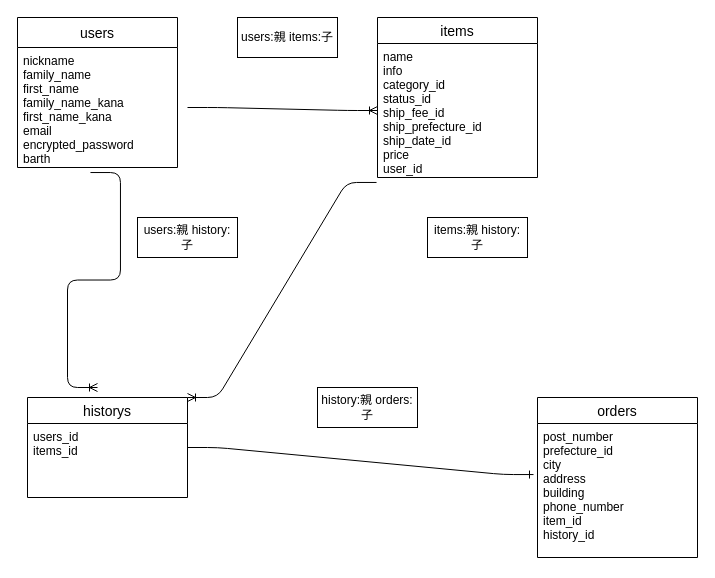
Earlier version of the draw.io diagram test.dio (KamiyamaShun/furima-33941). Source tidied: cells renumbered, new cells numbered last; positions are measured from the earlier drawing's top-left corner, leaving out a move shared by most shapes. Both pictures are drawn from the tidied source at 100%, with x=0, y=0 at pixel (17, 17).
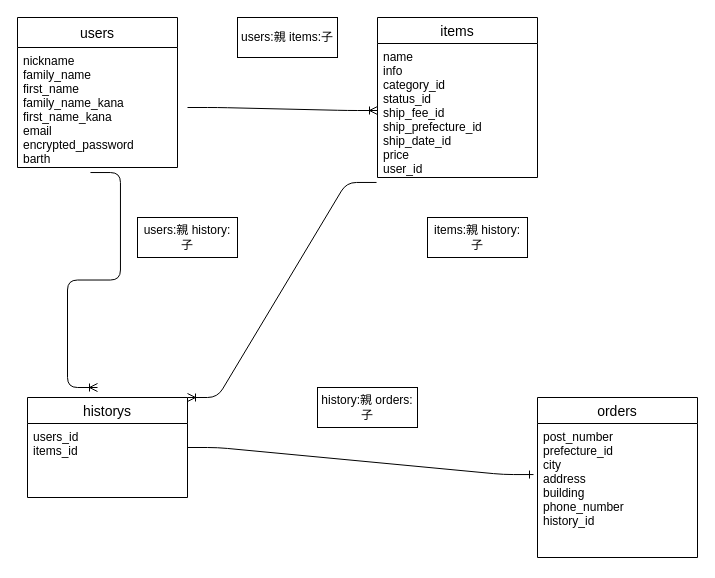
The same page after the edit.

Diff of the diagram source:
```diff
@@
 <mxGraphModel>
   <root>
     <mxCell id="0" />
     <mxCell id="1" parent="0" />
     <mxCell id="2" value="users" style="swimlane;fontStyle=0;horizontal=1;startSize=30;align=center;fontSize=14;" parent="1" vertex="1">
       <mxGeometry width="160" height="150" as="geometry" />
     </mxCell>
     <mxCell id="3" value="items" style="swimlane;fontStyle=0;horizontal=1;startSize=26;align=center;fontSize=14;" parent="1" vertex="1">
       <mxGeometry x="360" width="160" height="160" as="geometry" />
     </mxCell>
     <mxCell id="4" value="name&#10;info&#10;category_id&#10;status_id&#10;ship_fee_id&#10;ship_prefecture_id&#10;ship_date_id&#10;price&#10;user_id" style="text;strokeColor=none;fillColor=none;spacingLeft=4;spacingRight=4;overflow=hidden;points=[[0,0.5],[1,0.5]];portConstraint=eastwest;fontSize=12;" parent="3" vertex="1">
       <mxGeometry y="26" width="160" height="134" as="geometry" />
     </mxCell>
     <mxCell id="5" value="orders" style="swimlane;fontStyle=0;horizontal=1;startSize=26;align=center;fontSize=14;" parent="1" vertex="1">
       <mxGeometry x="520" y="380" width="160" height="160" as="geometry" />
     </mxCell>
-    <mxCell id="6" value="post_number&#10;prefecture_id&#10;city&#10;address&#10;building&#10;phone_number&#10;item_id&#10;history_id" style="text;strokeColor=none;fillColor=none;spacingLeft=4;spacingRight=4;overflow=hidden;points=[[0,0.5],[1,0.5]];portConstraint=eastwest;fontSize=12;" parent="5" vertex="1">
+    <mxCell id="6" value="post_number&#10;prefecture_id&#10;city&#10;address&#10;building&#10;phone_number&#10;history_id" style="text;strokeColor=none;fillColor=none;spacingLeft=4;spacingRight=4;overflow=hidden;points=[[0,0.5],[1,0.5]];portConstraint=eastwest;fontSize=12;" parent="5" vertex="1">
       <mxGeometry y="26" width="160" height="134" as="geometry" />
     </mxCell>
     <mxCell id="7" value="nickname&#10;family_name&#10;first_name&#10;family_name_kana&#10;first_name_kana&#10;email&#10;encrypted_password&#10;barth" style="text;strokeColor=none;fillColor=none;spacingLeft=4;spacingRight=4;overflow=hidden;points=[[0,0.5],[1,0.5]];portConstraint=eastwest;fontSize=12;" parent="1" vertex="1">
       <mxGeometry y="30" width="160" height="120" as="geometry" />
     </mxCell>
     <mxCell id="8" value="historys" style="swimlane;fontStyle=0;horizontal=1;startSize=26;align=center;fontSize=14;" parent="1" vertex="1">
       <mxGeometry x="10" y="380" width="160" height="100" as="geometry" />
     </mxCell>
     <mxCell id="9" value="users_id&#10;items_id" style="text;strokeColor=none;fillColor=none;spacingLeft=4;spacingRight=4;overflow=hidden;fontSize=12;" parent="8" vertex="1">
       <mxGeometry y="26" width="160" height="74" as="geometry" />
     </mxCell>
     <mxCell id="10" value="users:親 items:子" style="whiteSpace=wrap;html=1;align=center;" parent="1" vertex="1">
       <mxGeometry x="220" width="100" height="40" as="geometry" />
     </mxCell>
     <mxCell id="11" style="edgeStyle=entityRelationEdgeStyle;fontSize=12;html=1;endArrow=ERoneToMany;entryX=0;entryY=0.5;entryDx=0;entryDy=0;" parent="1" edge="1" target="4">
       <mxGeometry relative="1" as="geometry">
         <mxPoint x="170" y="90" as="sourcePoint" />
       </mxGeometry>
     </mxCell>
     <mxCell id="12" value="items:親 history:子" style="whiteSpace=wrap;html=1;align=center;" parent="1" vertex="1">
       <mxGeometry x="410" y="200" width="100" height="40" as="geometry" />
     </mxCell>
     <mxCell id="13" style="edgeStyle=entityRelationEdgeStyle;fontSize=12;html=1;endArrow=ERoneToMany;exitX=-0.006;exitY=1.037;exitDx=0;exitDy=0;exitPerimeter=0;entryX=1;entryY=0;entryDx=0;entryDy=0;" parent="1" edge="1" source="4" target="8">
       <mxGeometry relative="1" as="geometry" />
     </mxCell>
     <mxCell id="14" style="edgeStyle=entityRelationEdgeStyle;fontSize=12;html=1;endArrow=ERoneToMany;exitX=0.456;exitY=1.042;exitDx=0;exitDy=0;exitPerimeter=0;" parent="1" edge="1" source="7">
       <mxGeometry relative="1" as="geometry">
         <mxPoint x="80" y="370" as="targetPoint" />
       </mxGeometry>
     </mxCell>
     <mxCell id="15" value="users:親 history:子" style="whiteSpace=wrap;html=1;align=center;" parent="1" vertex="1">
       <mxGeometry x="120" y="200" width="100" height="40" as="geometry" />
     </mxCell>
     <mxCell id="16" style="edgeStyle=entityRelationEdgeStyle;fontSize=12;html=1;endArrow=ERone;endFill=1;entryX=-0.025;entryY=0.381;entryDx=0;entryDy=0;entryPerimeter=0;" parent="1" edge="1" target="6">
       <mxGeometry relative="1" as="geometry">
         <mxPoint x="170" y="430" as="sourcePoint" />
       </mxGeometry>
     </mxCell>
     <mxCell id="17" value="history:親 orders:子" style="whiteSpace=wrap;html=1;align=center;" parent="1" vertex="1">
       <mxGeometry x="300" y="370" width="100" height="40" as="geometry" />
     </mxCell>
   </root>
 </mxGraphModel>
```
